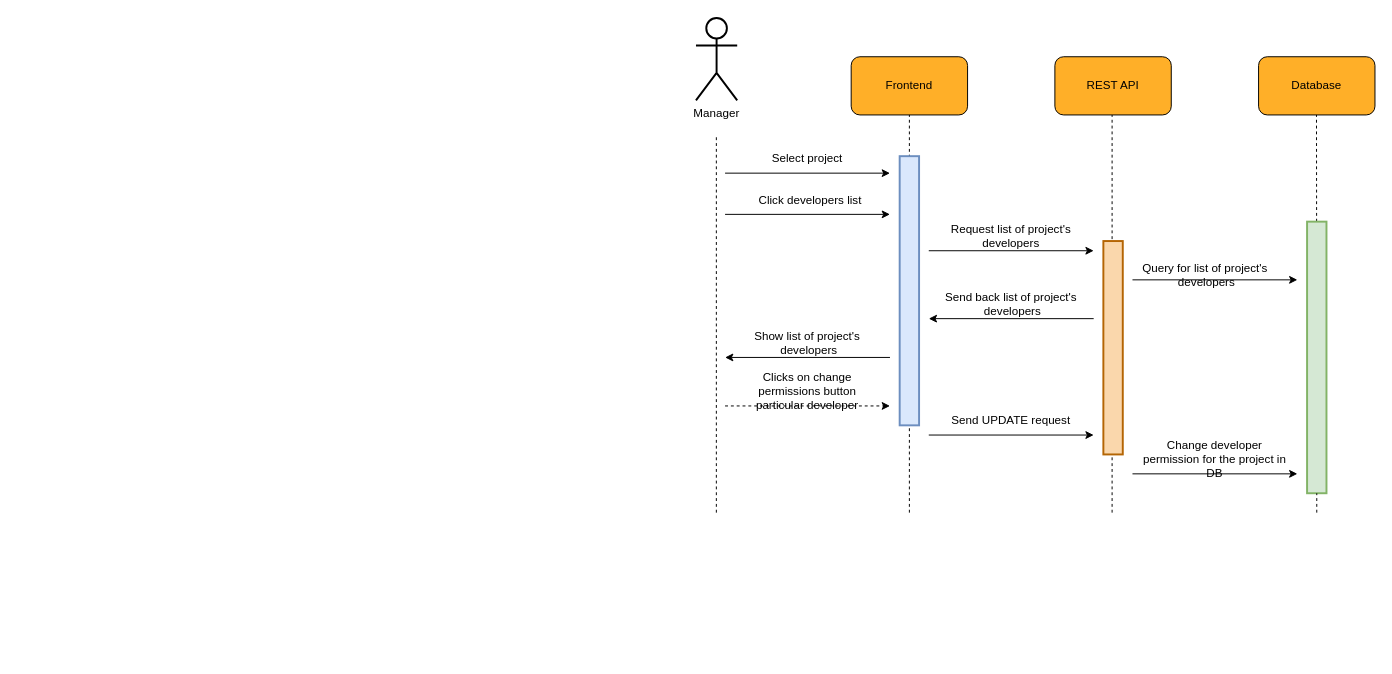
Above: diagrams/collaboration/cd-15.drawio in usman1100/fyp-documentation (draw.io), before the change. Source tidied: cells renumbered, new cells numbered last; positions are measured from the earlier drawing's top-left corner, leaving out a move shared by most shapes. Both pictures are drawn from the tidied source at 97%, with x=0, y=0 at pixel (695, 17).
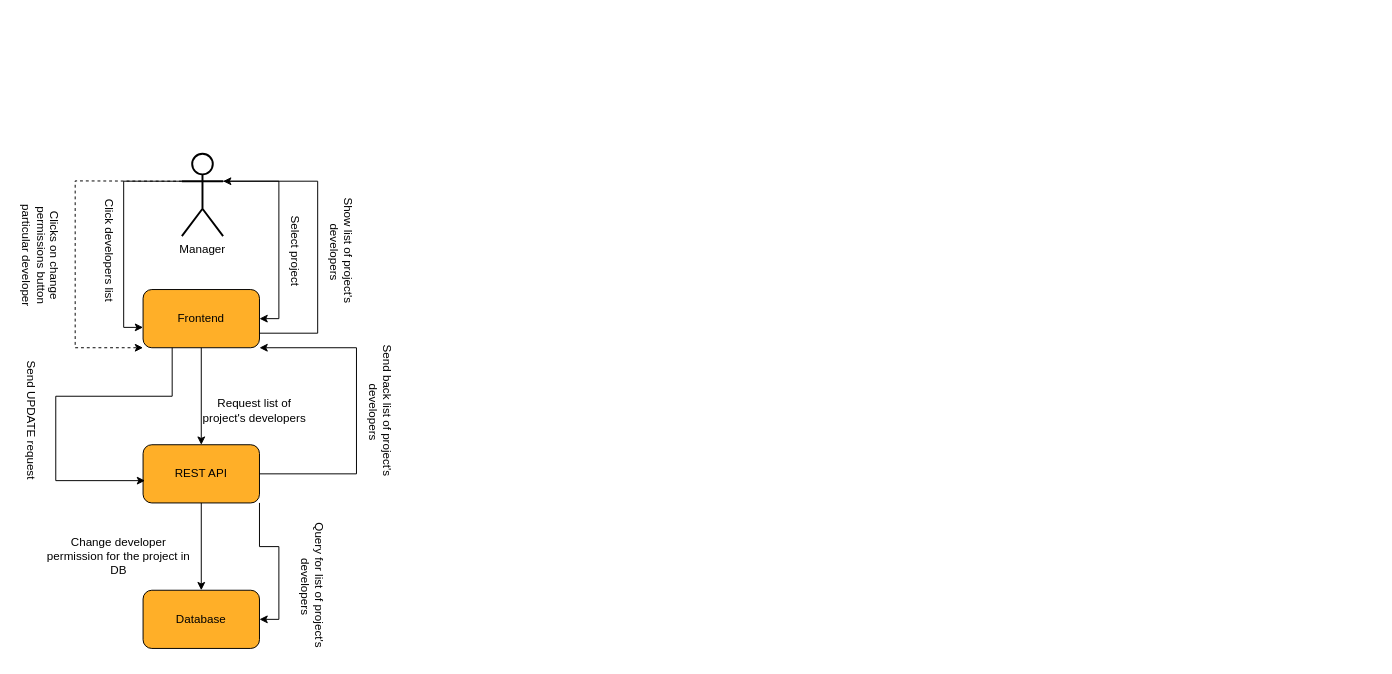
The same page after the edit.

The edit, as a diff of the source:
```diff
@@
-    <mxCell id="2" style="endArrow=none;dashed=1;html=1;rounded=0;jumpSize=6;strokeWidth=1;startArrow=none;fontSize=12;" parent="1" edge="1">
-      <mxGeometry relative="1" as="geometry">
-        <mxPoint x="429" y="510" as="sourcePoint" />
-        <mxPoint x="429" y="100" as="targetPoint" />
-      </mxGeometry>
-    </mxCell>
-    <mxCell id="3" style="group;fontSize=12;" parent="1" vertex="1">
-      <mxGeometry x="160" y="40" width="120" height="60" as="geometry" />
-    </mxCell>
-    <mxCell id="4" style="rounded=1;whiteSpace=wrap;html=1;fillColor=#FFAF28;fontSize=12;" parent="3" vertex="1">
-      <mxGeometry width="120" height="60" as="geometry" />
-    </mxCell>
+    <mxCell id="19" value="Click developers list" style="text;html=1;strokeColor=none;fillColor=none;align=center;verticalAlign=middle;whiteSpace=wrap;rounded=0;rotation=90;" parent="1" vertex="1">
+      <mxGeometry x="-680" y="225" width="150" height="30" as="geometry" />
+    </mxCell>
+    <mxCell id="21" value="Request list of project's developers" style="text;html=1;strokeColor=none;fillColor=none;align=center;verticalAlign=middle;whiteSpace=wrap;rounded=0;" parent="1" vertex="1">
+      <mxGeometry x="-510" y="390" width="110" height="30" as="geometry" />
+    </mxCell>
+    <mxCell id="23" value="Query for list of&amp;nbsp;project's&lt;br&gt;&amp;nbsp;developers" style="text;html=1;strokeColor=none;fillColor=none;align=center;verticalAlign=middle;whiteSpace=wrap;rounded=0;rotation=90;" parent="1" vertex="1">
+      <mxGeometry x="-470" y="570" width="150" height="30" as="geometry" />
+    </mxCell>
+    <mxCell id="31" value="Clicks on change permissions button particular developer" style="text;html=1;strokeColor=none;fillColor=none;align=center;verticalAlign=middle;whiteSpace=wrap;rounded=0;rotation=90;" parent="1" vertex="1">
+      <mxGeometry x="-750" y="230" width="150" height="30" as="geometry" />
+    </mxCell>
+    <mxCell id="33" value="Send UPDATE request" style="text;html=1;strokeColor=none;fillColor=none;align=center;verticalAlign=middle;whiteSpace=wrap;rounded=0;rotation=90;" parent="1" vertex="1">
+      <mxGeometry x="-760" y="400" width="150" height="30" as="geometry" />
+    </mxCell>
+    <mxCell id="35" value="Change developer permission for the project in DB" style="text;html=1;strokeColor=none;fillColor=none;align=center;verticalAlign=middle;whiteSpace=wrap;rounded=0;rotation=0;" parent="1" vertex="1">
+      <mxGeometry x="-670" y="540" width="150" height="30" as="geometry" />
+    </mxCell>
+    <mxCell id="17" value="Select project" style="text;html=1;strokeColor=none;fillColor=none;align=center;verticalAlign=middle;whiteSpace=wrap;rounded=0;rotation=90;" parent="1" vertex="1">
+      <mxGeometry x="-487.5" y="225" width="150" height="30" as="geometry" />
+    </mxCell>
+    <mxCell id="40" style="group;fontSize=12;" parent="1" vertex="1">
+      <mxGeometry x="-570" y="280" width="120" height="60" as="geometry" />
+    </mxCell>
+    <mxCell id="41" style="rounded=1;whiteSpace=wrap;html=1;fillColor=#FFAF28;fontSize=12;" parent="40" vertex="1">
+      <mxGeometry width="120" height="60" as="geometry" />
+    </mxCell>
-    <mxCell id="5" value="&lt;font style=&quot;font-size: 12px;&quot;&gt;Frontend&lt;/font&gt;" style="text;html=1;strokeColor=none;fillColor=none;align=center;verticalAlign=middle;whiteSpace=wrap;rounded=0;fontSize=12;" parent="3" vertex="1">
+    <mxCell id="5" value="&lt;font style=&quot;font-size: 12px;&quot;&gt;Frontend&lt;/font&gt;" style="text;html=1;strokeColor=none;fillColor=none;align=center;verticalAlign=middle;whiteSpace=wrap;rounded=0;fontSize=12;" parent="40" vertex="1">
       <mxGeometry x="30" y="15" width="60" height="30" as="geometry" />
     </mxCell>
-    <mxCell id="6" style="group;fontSize=12;" parent="1" vertex="1">
-      <mxGeometry x="370" y="40" width="120" height="60" as="geometry" />
-    </mxCell>
-    <mxCell id="7" style="rounded=1;whiteSpace=wrap;html=1;fillColor=#FFAF28;fontSize=12;" parent="6" vertex="1">
-      <mxGeometry width="120" height="60" as="geometry" />
-    </mxCell>
+    <mxCell id="42" style="group;fontSize=12;" parent="1" vertex="1">
+      <mxGeometry x="-570" y="440" width="120" height="60" as="geometry" />
+    </mxCell>
+    <mxCell id="43" style="rounded=1;whiteSpace=wrap;html=1;fillColor=#FFAF28;fontSize=12;" parent="42" vertex="1">
+      <mxGeometry width="120" height="60" as="geometry" />
+    </mxCell>
-    <mxCell id="8" value="&lt;font style=&quot;font-size: 12px;&quot;&gt;REST API&lt;/font&gt;" style="text;html=1;strokeColor=none;fillColor=none;align=center;verticalAlign=middle;whiteSpace=wrap;rounded=0;fontSize=12;" parent="6" vertex="1">
+    <mxCell id="8" value="&lt;font style=&quot;font-size: 12px;&quot;&gt;REST API&lt;/font&gt;" style="text;html=1;strokeColor=none;fillColor=none;align=center;verticalAlign=middle;whiteSpace=wrap;rounded=0;fontSize=12;" parent="42" vertex="1">
       <mxGeometry x="30" y="15" width="60" height="30" as="geometry" />
     </mxCell>
-    <mxCell id="9" style="endArrow=none;dashed=1;html=1;rounded=0;entryX=0.5;entryY=1;entryDx=0;entryDy=0;jumpSize=6;strokeWidth=1;fontSize=12;" parent="1" edge="1" target="4">
-      <mxGeometry relative="1" as="geometry">
-        <mxPoint x="220" y="510" as="sourcePoint" />
-      </mxGeometry>
-    </mxCell>
+    <mxCell id="44" style="edgeStyle=orthogonalEdgeStyle;rounded=0;jettySize=auto;html=1;exitX=1;exitY=0.3333333333333333;exitDx=0;exitDy=0;exitPerimeter=0;" parent="1" edge="1" source="10">
+      <mxGeometry relative="1" as="geometry">
+        <mxPoint x="-450" y="310" as="targetPoint" />
+        <Array as="points">
+          <mxPoint x="-430" y="168" />
+          <mxPoint x="-430" y="310" />
+        </Array>
+      </mxGeometry>
+    </mxCell>
+    <mxCell id="45" style="edgeStyle=orthogonalEdgeStyle;rounded=0;jettySize=auto;html=1;exitX=0;exitY=0.3333333333333333;exitDx=0;exitDy=0;exitPerimeter=0;entryX=0;entryY=0.65;entryDx=0;entryDy=0;entryPerimeter=0;" parent="1" edge="1" source="10" target="41">
+      <mxGeometry relative="1" as="geometry" />
+    </mxCell>
     <mxCell id="10" value="Manager" style="shape=umlActor;verticalLabelPosition=bottom;verticalAlign=top;html=1;outlineConnect=0;rounded=1;strokeWidth=2;fontSize=12;" parent="1" vertex="1">
-      <mxGeometry width="42.5" height="85" as="geometry" />
+      <mxGeometry x="-530" y="140" width="42.5" height="85" as="geometry" />
     </mxCell>
-    <mxCell id="11" style="endArrow=none;dashed=1;html=1;rounded=0;jumpSize=6;strokeWidth=1;fontSize=12;" parent="1" edge="1">
-      <mxGeometry relative="1" as="geometry">
-        <mxPoint x="21" y="510" as="sourcePoint" />
-        <mxPoint x="21" y="120" as="targetPoint" />
-      </mxGeometry>
-    </mxCell>
-    <mxCell id="12" style="group;fontSize=12;" parent="1" vertex="1">
-      <mxGeometry x="580" y="40" width="120" height="60" as="geometry" />
-    </mxCell>
-    <mxCell id="13" style="rounded=1;whiteSpace=wrap;html=1;fillColor=#FFAF28;fontSize=12;" parent="12" vertex="1">
-      <mxGeometry width="120" height="60" as="geometry" />
-    </mxCell>
+    <mxCell id="46" style="group;fontSize=12;" parent="1" vertex="1">
+      <mxGeometry x="-570" y="590" width="120" height="60" as="geometry" />
+    </mxCell>
+    <mxCell id="47" style="rounded=1;whiteSpace=wrap;html=1;fillColor=#FFAF28;fontSize=12;" parent="46" vertex="1">
+      <mxGeometry width="120" height="60" as="geometry" />
+    </mxCell>
-    <mxCell id="14" value="&lt;font style=&quot;font-size: 12px&quot;&gt;Database&lt;/font&gt;" style="text;html=1;strokeColor=none;fillColor=none;align=center;verticalAlign=middle;whiteSpace=wrap;rounded=0;fontSize=12;" parent="12" vertex="1">
+    <mxCell id="14" value="&lt;font style=&quot;font-size: 12px&quot;&gt;Database&lt;/font&gt;" style="text;html=1;strokeColor=none;fillColor=none;align=center;verticalAlign=middle;whiteSpace=wrap;rounded=0;fontSize=12;" parent="46" vertex="1">
       <mxGeometry x="30" y="15" width="60" height="30" as="geometry" />
     </mxCell>
-    <mxCell id="15" style="endArrow=none;dashed=1;html=1;rounded=0;jumpSize=6;strokeWidth=1;fontSize=12;startArrow=none;" parent="1" edge="1" source="38">
-      <mxGeometry relative="1" as="geometry">
-        <mxPoint x="639.7" y="100" as="targetPoint" />
-      </mxGeometry>
-    </mxCell>
-    <mxCell id="16" style="endArrow=classic;html=1;rounded=0;" parent="1" edge="1">
-      <mxGeometry relative="1" as="geometry">
-        <mxPoint x="30" y="160" as="sourcePoint" />
-        <mxPoint x="200" y="160" as="targetPoint" />
-      </mxGeometry>
-    </mxCell>
-    <mxCell id="17" value="Select project" style="text;html=1;strokeColor=none;fillColor=none;align=center;verticalAlign=middle;whiteSpace=wrap;rounded=0;" parent="1" vertex="1">
-      <mxGeometry x="40" y="130" width="150" height="30" as="geometry" />
-    </mxCell>
-    <mxCell id="18" style="endArrow=classic;html=1;rounded=0;" parent="1" edge="1">
-      <mxGeometry relative="1" as="geometry">
-        <mxPoint x="30" y="202.5" as="sourcePoint" />
-        <mxPoint x="200" y="202.5" as="targetPoint" />
-      </mxGeometry>
-    </mxCell>
-    <mxCell id="19" value="Click developers list" style="text;html=1;strokeColor=none;fillColor=none;align=center;verticalAlign=middle;whiteSpace=wrap;rounded=0;" parent="1" vertex="1">
-      <mxGeometry x="42.5" y="172.5" width="150" height="30" as="geometry" />
-    </mxCell>
-    <mxCell id="20" style="endArrow=classic;html=1;rounded=0;" parent="1" edge="1">
-      <mxGeometry relative="1" as="geometry">
-        <mxPoint x="240" y="240" as="sourcePoint" />
-        <mxPoint x="410" y="240" as="targetPoint" />
-      </mxGeometry>
-    </mxCell>
-    <mxCell id="21" value="Request list of project's developers" style="text;html=1;strokeColor=none;fillColor=none;align=center;verticalAlign=middle;whiteSpace=wrap;rounded=0;" parent="1" vertex="1">
-      <mxGeometry x="250" y="210" width="150" height="30" as="geometry" />
-    </mxCell>
-    <mxCell id="22" style="endArrow=classic;html=1;rounded=0;" parent="1" edge="1">
-      <mxGeometry relative="1" as="geometry">
-        <mxPoint x="450" y="270" as="sourcePoint" />
-        <mxPoint x="620" y="270" as="targetPoint" />
-      </mxGeometry>
-    </mxCell>
-    <mxCell id="23" value="Query for list of&amp;nbsp;project's&lt;br&gt;&amp;nbsp;developers" style="text;html=1;strokeColor=none;fillColor=none;align=center;verticalAlign=middle;whiteSpace=wrap;rounded=0;" parent="1" vertex="1">
-      <mxGeometry x="450" y="250" width="150" height="30" as="geometry" />
-    </mxCell>
-    <mxCell id="24" style="group;" parent="1" vertex="1">
-      <mxGeometry x="240" y="280" width="170" height="30" as="geometry" />
-    </mxCell>
-    <mxCell id="25" style="endArrow=classic;html=1;rounded=0;" parent="24" edge="1">
-      <mxGeometry relative="1" as="geometry">
-        <mxPoint x="170" y="30" as="sourcePoint" />
-        <mxPoint y="30" as="targetPoint" />
-      </mxGeometry>
-    </mxCell>
+    <mxCell id="48" style="edgeStyle=orthogonalEdgeStyle;rounded=0;jettySize=auto;html=1;exitX=1;exitY=0.75;exitDx=0;exitDy=0;entryX=1;entryY=0.3333333333333333;entryDx=0;entryDy=0;entryPerimeter=0;" parent="1" edge="1" source="41" target="10">
+      <mxGeometry relative="1" as="geometry">
+        <Array as="points">
+          <mxPoint x="-390" y="325" />
+          <mxPoint x="-390" y="168" />
+        </Array>
+      </mxGeometry>
+    </mxCell>
+    <mxCell id="49" style="endArrow=classic;html=1;rounded=0;dashed=1;entryX=0;entryY=1;entryDx=0;entryDy=0;exitX=0;exitY=0.3333333333333333;exitDx=0;exitDy=0;exitPerimeter=0;" parent="1" edge="1" source="10" target="41">
+      <mxGeometry relative="1" as="geometry">
+        <Array as="points">
+          <mxPoint x="-640" y="168" />
+          <mxPoint x="-640" y="340" />
+        </Array>
+      </mxGeometry>
+    </mxCell>
+    <mxCell id="50" style="edgeStyle=orthogonalEdgeStyle;rounded=0;jettySize=auto;html=1;exitX=0.5;exitY=1;exitDx=0;exitDy=0;entryX=0.5;entryY=0;entryDx=0;entryDy=0;" parent="1" edge="1" source="41" target="43">
+      <mxGeometry relative="1" as="geometry" />
+    </mxCell>
+    <mxCell id="51" style="edgeStyle=orthogonalEdgeStyle;rounded=0;jettySize=auto;html=1;exitX=1;exitY=0.5;exitDx=0;exitDy=0;entryX=1;entryY=1;entryDx=0;entryDy=0;" parent="1" edge="1" source="43" target="41">
+      <mxGeometry relative="1" as="geometry">
+        <Array as="points">
+          <mxPoint x="-350" y="470" />
+          <mxPoint x="-350" y="340" />
+        </Array>
+      </mxGeometry>
+    </mxCell>
+    <mxCell id="52" style="edgeStyle=orthogonalEdgeStyle;rounded=0;jettySize=auto;html=1;exitX=0.25;exitY=1;exitDx=0;exitDy=0;entryX=0.017;entryY=0.617;entryDx=0;entryDy=0;entryPerimeter=0;" parent="1" edge="1" source="41" target="43">
+      <mxGeometry relative="1" as="geometry">
+        <Array as="points">
+          <mxPoint x="-540" y="390" />
+          <mxPoint x="-660" y="390" />
+          <mxPoint x="-660" y="477" />
+        </Array>
+      </mxGeometry>
+    </mxCell>
+    <mxCell id="53" style="edgeStyle=orthogonalEdgeStyle;rounded=0;jettySize=auto;html=1;exitX=0.5;exitY=1;exitDx=0;exitDy=0;entryX=0.5;entryY=0;entryDx=0;entryDy=0;" parent="1" edge="1" source="43" target="47">
+      <mxGeometry relative="1" as="geometry" />
+    </mxCell>
+    <mxCell id="54" style="edgeStyle=orthogonalEdgeStyle;rounded=0;jettySize=auto;html=1;exitX=1;exitY=1;exitDx=0;exitDy=0;entryX=1;entryY=0.5;entryDx=0;entryDy=0;" parent="1" edge="1" source="43" target="47">
+      <mxGeometry relative="1" as="geometry" />
+    </mxCell>
+    <mxCell id="29" value="Show list of&amp;nbsp;project's&lt;br&gt;&amp;nbsp;developers" style="text;html=1;strokeColor=none;fillColor=none;align=center;verticalAlign=middle;whiteSpace=wrap;rounded=0;rotation=90;" parent="1" vertex="1">
+      <mxGeometry x="-440" y="225" width="150" height="30" as="geometry" />
+    </mxCell>
-    <mxCell id="26" value="Send back list of&amp;nbsp;project's&lt;br&gt;&amp;nbsp;developers" style="text;html=1;strokeColor=none;fillColor=none;align=center;verticalAlign=middle;whiteSpace=wrap;rounded=0;" parent="24" vertex="1">
-      <mxGeometry x="10" width="150" height="30" as="geometry" />
+    <mxCell id="26" value="Send back list of&amp;nbsp;project's&lt;br&gt;&amp;nbsp;developers" style="text;html=1;strokeColor=none;fillColor=none;align=center;verticalAlign=middle;whiteSpace=wrap;rounded=0;rotation=90;" parent="1" vertex="1">
+      <mxGeometry x="-400" y="390" width="150" height="30" as="geometry" />
     </mxCell>
-    <mxCell id="27" style="group;" parent="1" vertex="1">
-      <mxGeometry x="30" y="320" width="170" height="30" as="geometry" />
-    </mxCell>
-    <mxCell id="28" style="endArrow=classic;html=1;rounded=0;" parent="27" edge="1">
-      <mxGeometry relative="1" as="geometry">
-        <mxPoint x="170" y="30" as="sourcePoint" />
-        <mxPoint y="30" as="targetPoint" />
-      </mxGeometry>
-    </mxCell>
-    <mxCell id="29" value="Show list of&amp;nbsp;project's&lt;br&gt;&amp;nbsp;developers" style="text;html=1;strokeColor=none;fillColor=none;align=center;verticalAlign=middle;whiteSpace=wrap;rounded=0;" parent="27" vertex="1">
-      <mxGeometry x="10" width="150" height="30" as="geometry" />
-    </mxCell>
-    <mxCell id="30" style="endArrow=classic;html=1;rounded=0;dashed=1;" parent="1" edge="1">
-      <mxGeometry relative="1" as="geometry">
-        <mxPoint x="30" y="400" as="sourcePoint" />
-        <mxPoint x="200" y="400" as="targetPoint" />
-      </mxGeometry>
-    </mxCell>
-    <mxCell id="31" value="Clicks on change permissions button particular developer" style="text;html=1;strokeColor=none;fillColor=none;align=center;verticalAlign=middle;whiteSpace=wrap;rounded=0;" parent="1" vertex="1">
-      <mxGeometry x="40" y="370" width="150" height="30" as="geometry" />
-    </mxCell>
-    <mxCell id="32" style="endArrow=classic;html=1;rounded=0;" parent="1" edge="1">
-      <mxGeometry relative="1" as="geometry">
-        <mxPoint x="240" y="430" as="sourcePoint" />
-        <mxPoint x="410" y="430" as="targetPoint" />
-      </mxGeometry>
-    </mxCell>
-    <mxCell id="33" value="Send UPDATE request" style="text;html=1;strokeColor=none;fillColor=none;align=center;verticalAlign=middle;whiteSpace=wrap;rounded=0;" parent="1" vertex="1">
-      <mxGeometry x="250" y="400" width="150" height="30" as="geometry" />
-    </mxCell>
-    <mxCell id="34" style="endArrow=classic;html=1;rounded=0;" parent="1" edge="1">
-      <mxGeometry relative="1" as="geometry">
-        <mxPoint x="450" y="470" as="sourcePoint" />
-        <mxPoint x="620" y="470" as="targetPoint" />
-      </mxGeometry>
-    </mxCell>
-    <mxCell id="35" value="Change developer permission for the project in DB" style="text;html=1;strokeColor=none;fillColor=none;align=center;verticalAlign=middle;whiteSpace=wrap;rounded=0;" parent="1" vertex="1">
-      <mxGeometry x="460" y="440" width="150" height="30" as="geometry" />
-    </mxCell>
-    <mxCell id="36" style="rounded=0;whiteSpace=wrap;html=1;fontSize=12;strokeWidth=2;fillColor=#dae8fc;strokeColor=#6c8ebf;" parent="1" vertex="1">
-      <mxGeometry x="210" y="142.5" width="20" height="277.5" as="geometry" />
-    </mxCell>
-    <mxCell id="37" style="rounded=0;whiteSpace=wrap;html=1;fontSize=12;strokeWidth=2;fillColor=#fad7ac;strokeColor=#b46504;" parent="1" vertex="1">
-      <mxGeometry x="420" y="230" width="20" height="220" as="geometry" />
-    </mxCell>
-    <mxCell id="38" style="rounded=0;whiteSpace=wrap;html=1;fontSize=12;strokeWidth=2;fillColor=#d5e8d4;strokeColor=#82b366;" parent="1" vertex="1">
-      <mxGeometry x="630" y="210" width="20" height="280" as="geometry" />
-    </mxCell>
-    <mxCell id="39" style="endArrow=none;dashed=1;html=1;rounded=0;jumpSize=6;strokeWidth=1;fontSize=12;startArrow=none;" parent="1" edge="1" target="38">
-      <mxGeometry relative="1" as="geometry">
-        <mxPoint x="640" y="510" as="sourcePoint" />
-      </mxGeometry>
-    </mxCell>
```
